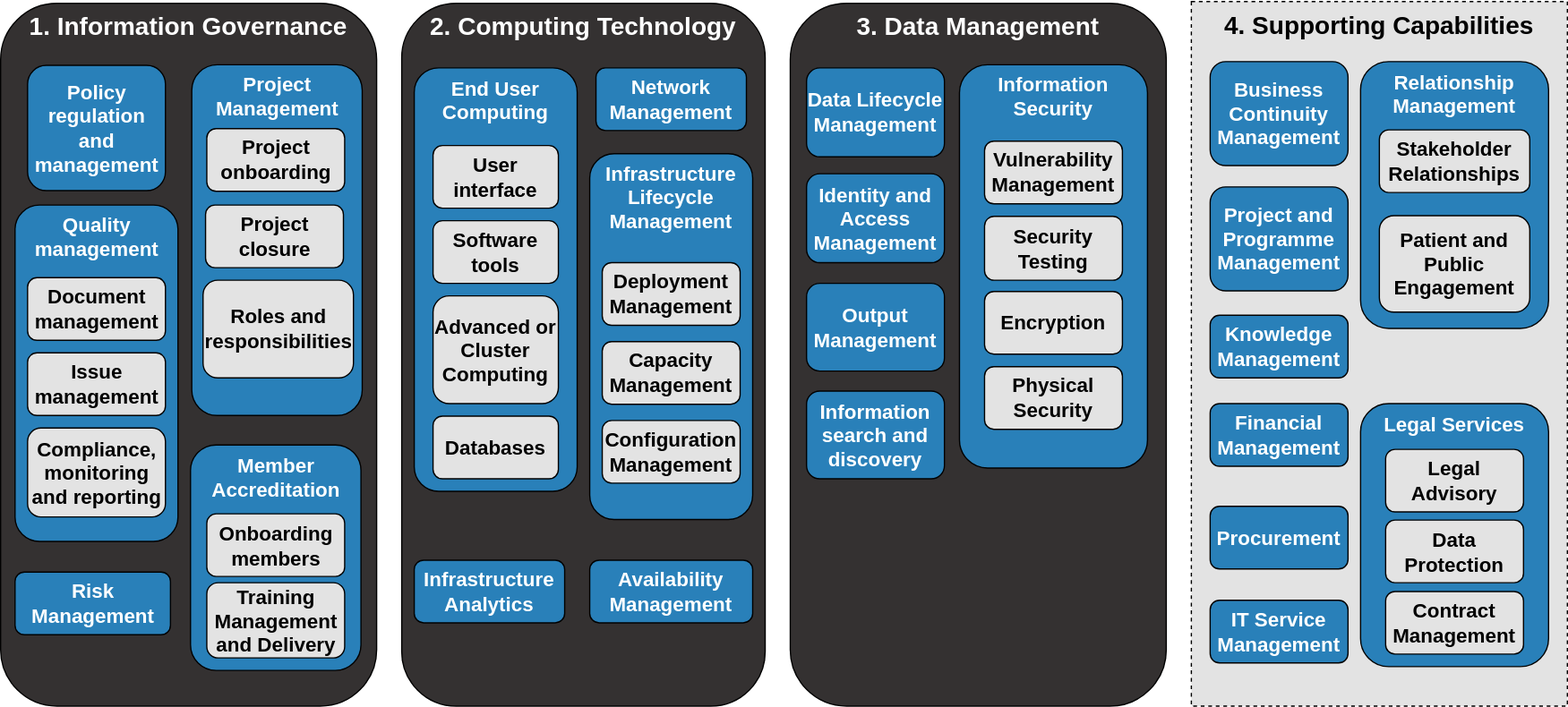
This is docs/images/Capability_Map/full.drawio.svg from sa-tre/satre-specification, a draw.io export, as it was before one commit. Source tidied: cells renumbered, new cells last; positions are measured from the earlier drawing's top-left corner, leaving out a move shared by most shapes. Its diagram source:
```xml
<mxGraphModel>
  <root>
    <mxCell id="0" />
    <mxCell id="1" parent="0" />
    <mxCell id="2" value="&lt;font color=&quot;#ffffff&quot; style=&quot;font-size: 20px;&quot;&gt;2. Computing Technology&lt;/font&gt;" style="rounded=1;whiteSpace=wrap;html=1;fillColor=#343131;strokeColor=#000000;verticalAlign=top;fontSize=20;fontStyle=1;" parent="1" vertex="1">
      <mxGeometry x="320" y="1" width="290" height="561" as="geometry" />
    </mxCell>
    <mxCell id="3" value="&lt;font color=&quot;#ffffff&quot; style=&quot;font-size: 20px;&quot;&gt;1. Information Governance&lt;/font&gt;" style="rounded=1;whiteSpace=wrap;html=1;fillColor=#343131;strokeColor=#000000;verticalAlign=top;fontSize=20;fontStyle=1;" parent="1" vertex="1">
      <mxGeometry y="1" width="300" height="561" as="geometry" />
    </mxCell>
    <mxCell id="4" value="&lt;font color=&quot;#ffffff&quot; style=&quot;font-size: 20px;&quot;&gt;3. Data Management&lt;/font&gt;" style="rounded=1;whiteSpace=wrap;html=1;fillColor=#343131;strokeColor=#000000;verticalAlign=top;fontSize=20;fontStyle=1;gradientColor=none;" parent="1" vertex="1">
      <mxGeometry x="630" y="1" width="300" height="561" as="geometry" />
    </mxCell>
    <mxCell id="5" value="&lt;font style=&quot;font-size: 16px;&quot;&gt;Member Accreditation&lt;/font&gt;" style="rounded=1;whiteSpace=wrap;html=1;fillColor=#2980B9;strokeColor=#000000;verticalAlign=top;fontSize=16;fontStyle=1;fontColor=#FFFFFF;" parent="1" vertex="1">
      <mxGeometry x="151.5" y="353.5" width="136" height="180" as="geometry" />
    </mxCell>
    <mxCell id="6" value="&lt;font style=&quot;font-size: 16px;&quot;&gt;Risk Management&lt;/font&gt;" style="rounded=1;whiteSpace=wrap;html=1;fillColor=#2980B9;strokeColor=#000000;fontSize=16;fontStyle=1;fontColor=#FFFFFF;" parent="1" vertex="1">
      <mxGeometry x="11.5" y="455" width="124" height="50" as="geometry" />
    </mxCell>
    <mxCell id="7" value="&lt;font style=&quot;font-size: 16px;&quot;&gt;Training Management and Delivery&lt;/font&gt;" style="rounded=1;whiteSpace=wrap;html=1;fillColor=#E3E3E3;strokeColor=#000000;fontSize=16;fontStyle=1;fontColor=#000000;labelBorderColor=none;" parent="1" vertex="1">
      <mxGeometry x="164.5" y="463.5" width="110" height="60" as="geometry" />
    </mxCell>
    <mxCell id="8" value="&lt;font style=&quot;font-size: 16px;&quot;&gt;Infrastructure Lifecycle Management&amp;nbsp;&lt;/font&gt;" style="rounded=1;whiteSpace=wrap;html=1;fillColor=#2980B9;strokeColor=#000000;verticalAlign=top;fontSize=16;fontStyle=1;fontColor=#FFFFFF;" parent="1" vertex="1">
      <mxGeometry x="470" y="121" width="130" height="292" as="geometry" />
    </mxCell>
    <mxCell id="9" value="&lt;font style=&quot;font-size: 16px;&quot;&gt;Network Management&lt;/font&gt;" style="rounded=1;whiteSpace=wrap;html=1;fillColor=#2980B9;strokeColor=#000000;fontSize=16;fontStyle=1;fontColor=#FFFFFF;" parent="1" vertex="1">
      <mxGeometry x="475" y="52.5" width="120" height="50" as="geometry" />
    </mxCell>
    <mxCell id="10" value="&lt;font style=&quot;font-size: 16px;&quot;&gt;End User Computing&lt;/font&gt;" style="rounded=1;whiteSpace=wrap;html=1;fillColor=#2980B9;strokeColor=#000000;fontSize=16;fontStyle=1;verticalAlign=top;fontColor=#FFFFFF;" parent="1" vertex="1">
      <mxGeometry x="330" y="52.5" width="130" height="338" as="geometry" />
    </mxCell>
    <mxCell id="11" value="&lt;font style=&quot;font-size: 16px;&quot;&gt;Advanced or Cluster Computing&lt;/font&gt;" style="rounded=1;whiteSpace=wrap;html=1;fillColor=#E3E3E3;strokeColor=#000000;fontSize=16;fontStyle=1;fontColor=#000000;labelBorderColor=none;" parent="1" vertex="1">
      <mxGeometry x="345" y="234.5" width="100" height="86" as="geometry" />
    </mxCell>
    <mxCell id="12" value="&lt;font style=&quot;font-size: 16px;&quot;&gt;Capacity Management&lt;/font&gt;" style="rounded=1;whiteSpace=wrap;html=1;fillColor=#E3E3E3;strokeColor=#000000;fontSize=16;fontStyle=1;fontColor=#000000;labelBorderColor=none;" parent="1" vertex="1">
      <mxGeometry x="480" y="271" width="110" height="50" as="geometry" />
    </mxCell>
    <mxCell id="13" value="&lt;font style=&quot;font-size: 16px;&quot;&gt;Deployment Management&lt;/font&gt;" style="rounded=1;whiteSpace=wrap;html=1;fillColor=#E3E3E3;strokeColor=#000000;fontSize=16;fontStyle=1;fontColor=#000000;labelBorderColor=none;" parent="1" vertex="1">
      <mxGeometry x="480" y="208" width="110" height="50" as="geometry" />
    </mxCell>
    <mxCell id="14" value="&lt;font style=&quot;font-size: 16px;&quot;&gt;Configuration Management&lt;/font&gt;" style="rounded=1;whiteSpace=wrap;html=1;fillColor=#E3E3E3;strokeColor=#000000;fontSize=16;fontStyle=1;fontColor=#000000;labelBorderColor=none;" parent="1" vertex="1">
      <mxGeometry x="480" y="334" width="110" height="50" as="geometry" />
    </mxCell>
    <mxCell id="15" value="&lt;font style=&quot;font-size: 16px;&quot;&gt;Output Management&lt;/font&gt;" style="rounded=1;whiteSpace=wrap;html=1;fillColor=#2980B9;strokeColor=#000000;fontSize=16;fontStyle=1;fontColor=#FFFFFF;" parent="1" vertex="1">
      <mxGeometry x="643" y="224.5" width="110" height="70" as="geometry" />
    </mxCell>
    <mxCell id="16" value="&lt;font style=&quot;font-size: 16px;&quot;&gt;Identity and Access Management&lt;/font&gt;" style="rounded=1;whiteSpace=wrap;html=1;fillColor=#2980B9;strokeColor=#000000;fontSize=16;fontStyle=1;fontColor=#FFFFFF;" parent="1" vertex="1">
      <mxGeometry x="643" y="137" width="110" height="71" as="geometry" />
    </mxCell>
    <mxCell id="17" value="&lt;font style=&quot;font-size: 16px;&quot;&gt;Data Lifecycle Management&lt;/font&gt;" style="rounded=1;whiteSpace=wrap;html=1;fillColor=#2980B9;strokeColor=#000000;fontSize=16;fontStyle=1;fontColor=#FFFFFF;" parent="1" vertex="1">
      <mxGeometry x="643" y="52.5" width="110" height="71" as="geometry" />
    </mxCell>
    <mxCell id="18" value="&lt;font style=&quot;font-size: 16px;&quot;&gt;Information Security&lt;/font&gt;" style="rounded=1;whiteSpace=wrap;html=1;fillColor=#2980B9;strokeColor=#000000;verticalAlign=top;fontSize=16;fontStyle=1;fontColor=#FFFFFF;" parent="1" vertex="1">
      <mxGeometry x="765" y="50" width="150" height="322" as="geometry" />
    </mxCell>
    <mxCell id="19" value="&lt;font style=&quot;font-size: 16px;&quot;&gt;Vulnerability Management&lt;/font&gt;" style="rounded=1;whiteSpace=wrap;html=1;fillColor=#E3E3E3;strokeColor=#000000;fontSize=16;fontStyle=1;fontColor=#000000;labelBorderColor=none;" parent="1" vertex="1">
      <mxGeometry x="785" y="111" width="110" height="50" as="geometry" />
    </mxCell>
    <mxCell id="20" value="&lt;font style=&quot;font-size: 16px;&quot;&gt;Security Testing&lt;/font&gt;" style="rounded=1;whiteSpace=wrap;html=1;fillColor=#E3E3E3;strokeColor=#000000;fontSize=16;fontStyle=1;fontColor=#000000;labelBorderColor=none;" parent="1" vertex="1">
      <mxGeometry x="785" y="171" width="110" height="51" as="geometry" />
    </mxCell>
    <mxCell id="21" value="&lt;font style=&quot;font-size: 16px;&quot;&gt;Encryption&lt;/font&gt;" style="rounded=1;whiteSpace=wrap;html=1;fillColor=#E3E3E3;strokeColor=#000000;fontSize=16;fontStyle=1;fontColor=#000000;labelBorderColor=none;" parent="1" vertex="1">
      <mxGeometry x="785" y="231" width="110" height="50" as="geometry" />
    </mxCell>
    <mxCell id="22" value="&lt;font style=&quot;font-size: 16px;&quot;&gt;Physical Security&lt;/font&gt;" style="rounded=1;whiteSpace=wrap;html=1;fillColor=#E3E3E3;strokeColor=#000000;fontSize=16;fontStyle=1;fontColor=#000000;labelBorderColor=none;" parent="1" vertex="1">
      <mxGeometry x="785" y="291" width="110" height="50" as="geometry" />
    </mxCell>
    <mxCell id="23" value="&lt;font style=&quot;font-size: 16px;&quot;&gt;Policy regulation and management&lt;/font&gt;" style="rounded=1;whiteSpace=wrap;html=1;fillColor=#2980B9;strokeColor=#000000;fontSize=16;fontStyle=1;fontColor=#FFFFFF;" parent="1" vertex="1">
      <mxGeometry x="21.5" y="50.5" width="110" height="100" as="geometry" />
    </mxCell>
    <mxCell id="24" value="&lt;font style=&quot;font-size: 16px;&quot;&gt;Quality management&lt;/font&gt;" style="rounded=1;whiteSpace=wrap;html=1;fillColor=#2980B9;strokeColor=#000000;verticalAlign=top;fontSize=16;fontStyle=1;fontColor=#FFFFFF;" parent="1" vertex="1">
      <mxGeometry x="11.5" y="162" width="130" height="268.5" as="geometry" />
    </mxCell>
    <mxCell id="25" value="&lt;font style=&quot;font-size: 16px;&quot;&gt;Document management&lt;/font&gt;" style="rounded=1;whiteSpace=wrap;html=1;fillColor=#E3E3E3;strokeColor=#000000;fontSize=16;fontStyle=1;fontColor=#000000;labelBorderColor=none;" parent="1" vertex="1">
      <mxGeometry x="21.5" y="220" width="110" height="50" as="geometry" />
    </mxCell>
    <mxCell id="26" value="&lt;font style=&quot;font-size: 16px;&quot;&gt;Issue management&lt;/font&gt;" style="rounded=1;whiteSpace=wrap;html=1;fillColor=#E3E3E3;strokeColor=#000000;fontSize=16;fontStyle=1;fontColor=#000000;labelBorderColor=none;" parent="1" vertex="1">
      <mxGeometry x="21.5" y="280" width="110" height="50" as="geometry" />
    </mxCell>
    <mxCell id="27" value="&lt;font style=&quot;font-size: 16px;&quot;&gt;Compliance, monitoring and reporting&lt;/font&gt;" style="rounded=1;whiteSpace=wrap;html=1;fillColor=#E3E3E3;strokeColor=#000000;fontSize=16;fontStyle=1;fontColor=#000000;labelBorderColor=none;" parent="1" vertex="1">
      <mxGeometry x="21.5" y="340" width="110" height="71" as="geometry" />
    </mxCell>
    <mxCell id="28" value="&lt;font style=&quot;font-size: 16px;&quot;&gt;Project Management&lt;/font&gt;" style="rounded=1;whiteSpace=wrap;html=1;fillColor=#2980B9;strokeColor=#000000;verticalAlign=top;fontSize=16;fontStyle=1;fontColor=#FFFFFF;" parent="1" vertex="1">
      <mxGeometry x="152.5" y="50" width="136" height="280" as="geometry" />
    </mxCell>
    <mxCell id="29" value="&lt;font style=&quot;font-size: 16px;&quot;&gt;Project onboarding&lt;/font&gt;" style="rounded=1;whiteSpace=wrap;html=1;fillColor=#E3E3E3;strokeColor=#000000;fontSize=16;fontStyle=1;fontColor=#000000;labelBorderColor=none;" parent="1" vertex="1">
      <mxGeometry x="164.5" y="101" width="110" height="50" as="geometry" />
    </mxCell>
    <mxCell id="30" value="&lt;font style=&quot;font-size: 16px;&quot;&gt;Project closure&lt;/font&gt;" style="rounded=1;whiteSpace=wrap;html=1;fillColor=#E3E3E3;strokeColor=#000000;fontSize=16;fontStyle=1;fontColor=#000000;labelBorderColor=none;" parent="1" vertex="1">
      <mxGeometry x="163.5" y="162" width="110" height="50" as="geometry" />
    </mxCell>
    <mxCell id="31" value="&lt;font style=&quot;font-size: 16px;&quot;&gt;Roles and responsibilities&lt;/font&gt;" style="rounded=1;whiteSpace=wrap;html=1;fillColor=#E3E3E3;strokeColor=#000000;fontSize=16;fontStyle=1;fontColor=#000000;labelBorderColor=none;" parent="1" vertex="1">
      <mxGeometry x="161.5" y="222" width="120" height="78" as="geometry" />
    </mxCell>
    <mxCell id="32" value="&lt;font style=&quot;font-size: 16px;&quot;&gt;Onboarding members&lt;/font&gt;" style="rounded=1;whiteSpace=wrap;html=1;fillColor=#E3E3E3;strokeColor=#000000;fontSize=16;fontStyle=1;fontColor=#000000;labelBorderColor=none;" parent="1" vertex="1">
      <mxGeometry x="164.5" y="408.5" width="110" height="50" as="geometry" />
    </mxCell>
    <mxCell id="33" value="&lt;font style=&quot;font-size: 16px;&quot;&gt;User interface&lt;/font&gt;" style="rounded=1;whiteSpace=wrap;html=1;fillColor=#E3E3E3;strokeColor=#000000;fontSize=16;fontStyle=1;fontColor=#000000;labelBorderColor=none;" parent="1" vertex="1">
      <mxGeometry x="345" y="114.5" width="100" height="50" as="geometry" />
    </mxCell>
    <mxCell id="34" value="&lt;font style=&quot;font-size: 16px;&quot;&gt;Software tools&lt;/font&gt;" style="rounded=1;whiteSpace=wrap;html=1;fillColor=#E3E3E3;strokeColor=#000000;fontSize=16;fontStyle=1;fontColor=#000000;labelBorderColor=none;" parent="1" vertex="1">
      <mxGeometry x="345" y="174.5" width="100" height="50" as="geometry" />
    </mxCell>
    <mxCell id="35" value="&lt;font style=&quot;font-size: 16px;&quot;&gt;Databases&lt;/font&gt;" style="rounded=1;whiteSpace=wrap;html=1;fillColor=#E3E3E3;strokeColor=#000000;fontSize=16;fontStyle=1;fontColor=#000000;labelBorderColor=none;" parent="1" vertex="1">
      <mxGeometry x="345" y="330.5" width="100" height="50" as="geometry" />
    </mxCell>
    <mxCell id="36" value="&lt;font style=&quot;font-size: 16px;&quot;&gt;Infrastructure Analytics&lt;/font&gt;" style="rounded=1;whiteSpace=wrap;html=1;fillColor=#2980B9;strokeColor=#000000;fontSize=16;fontStyle=1;fontColor=#FFFFFF;" parent="1" vertex="1">
      <mxGeometry x="330" y="445.5" width="120" height="50" as="geometry" />
    </mxCell>
    <mxCell id="37" value="&lt;font style=&quot;font-size: 16px;&quot;&gt;Availability Management&lt;/font&gt;" style="rounded=1;whiteSpace=wrap;html=1;fillColor=#2980B9;strokeColor=#000000;fontSize=16;fontStyle=1;fontColor=#FFFFFF;" parent="1" vertex="1">
      <mxGeometry x="470" y="445.5" width="130" height="50" as="geometry" />
    </mxCell>
    <mxCell id="38" value="&lt;font style=&quot;font-size: 16px;&quot;&gt;Information search and discovery&lt;/font&gt;" style="rounded=1;whiteSpace=wrap;html=1;fillColor=#2980B9;strokeColor=#000000;fontSize=16;fontStyle=1;fontColor=#FFFFFF;" parent="1" vertex="1">
      <mxGeometry x="643" y="310.5" width="110" height="70" as="geometry" />
    </mxCell>
    <mxCell id="39" value="&lt;font style=&quot;font-size: 20px;&quot;&gt;4. Supporting Capabilities&lt;/font&gt;" style="rounded=0;whiteSpace=wrap;html=1;verticalAlign=top;dashed=1;fontSize=20;fontStyle=1;fillColor=#E3E3E3;strokeColor=#000000;" parent="1" vertex="1">
      <mxGeometry x="950" y="-0.5" width="300" height="562.5" as="geometry" />
    </mxCell>
    <mxCell id="40" value="&lt;font style=&quot;font-size: 16px;&quot;&gt;Project and Programme Management&lt;/font&gt;" style="rounded=1;whiteSpace=wrap;html=1;fillColor=#2980B9;strokeColor=#000000;fontSize=16;fontStyle=1;fontColor=#FFFFFF;" parent="1" vertex="1">
      <mxGeometry x="965" y="147.5" width="110" height="83" as="geometry" />
    </mxCell>
    <mxCell id="41" value="&lt;font style=&quot;font-size: 16px;&quot;&gt;Business Continuity Management&lt;/font&gt;" style="rounded=1;whiteSpace=wrap;html=1;fillColor=#2980B9;strokeColor=#000000;fontSize=16;fontStyle=1;fontColor=#FFFFFF;" parent="1" vertex="1">
      <mxGeometry x="965" y="47.5" width="110" height="83" as="geometry" />
    </mxCell>
    <mxCell id="42" value="Financial Management" style="rounded=1;whiteSpace=wrap;html=1;fillColor=#2980B9;strokeColor=#000000;fontSize=16;fontStyle=1;fontColor=#FFFFFF;" parent="1" vertex="1">
      <mxGeometry x="965" y="320.5" width="110" height="50" as="geometry" />
    </mxCell>
    <mxCell id="43" value="&lt;font style=&quot;font-size: 16px;&quot;&gt;Relationship Management&lt;/font&gt;" style="rounded=1;whiteSpace=wrap;html=1;fillColor=#2980B9;strokeColor=#000000;verticalAlign=top;fontSize=16;fontStyle=1;fontColor=#FFFFFF;" parent="1" vertex="1">
      <mxGeometry x="1085" y="47.5" width="150" height="213" as="geometry" />
    </mxCell>
    <mxCell id="44" value="&lt;font style=&quot;font-size: 16px;&quot;&gt;Stakeholder Relationships&lt;/font&gt;" style="rounded=1;whiteSpace=wrap;html=1;fillColor=#E3E3E3;strokeColor=#000000;fontSize=16;fontStyle=1;fontColor=#000000;labelBorderColor=none;" parent="1" vertex="1">
      <mxGeometry x="1100" y="102" width="120" height="50" as="geometry" />
    </mxCell>
    <mxCell id="45" value="&lt;font style=&quot;font-size: 16px;&quot;&gt;Patient and Public Engagement&lt;/font&gt;" style="rounded=1;whiteSpace=wrap;html=1;fillColor=#E3E3E3;strokeColor=#000000;fontSize=16;fontStyle=1;fontColor=#000000;labelBorderColor=none;" parent="1" vertex="1">
      <mxGeometry x="1100" y="170.5" width="120" height="77" as="geometry" />
    </mxCell>
    <mxCell id="46" value="&lt;font style=&quot;font-size: 16px;&quot;&gt;Legal Services&lt;/font&gt;" style="rounded=1;whiteSpace=wrap;html=1;fillColor=#2980B9;strokeColor=#000000;verticalAlign=top;fontSize=16;fontStyle=1;fontColor=#FFFFFF;" parent="1" vertex="1">
      <mxGeometry x="1085" y="320.5" width="150" height="210" as="geometry" />
    </mxCell>
    <mxCell id="47" value="&lt;font style=&quot;font-size: 16px;&quot;&gt;Data Protection&lt;/font&gt;" style="rounded=1;whiteSpace=wrap;html=1;fillColor=#E3E3E3;strokeColor=#000000;fontSize=16;fontStyle=1;fontColor=#000000;labelBorderColor=none;" parent="1" vertex="1">
      <mxGeometry x="1105" y="413.5" width="110" height="50" as="geometry" />
    </mxCell>
    <mxCell id="48" value="&lt;font style=&quot;font-size: 16px;&quot;&gt;Legal Advisory&lt;/font&gt;" style="rounded=1;whiteSpace=wrap;html=1;fillColor=#E3E3E3;strokeColor=#000000;fontSize=16;fontStyle=1;fontColor=#000000;labelBorderColor=none;" parent="1" vertex="1">
      <mxGeometry x="1105" y="357" width="110" height="50" as="geometry" />
    </mxCell>
    <mxCell id="49" value="Contract Management" style="rounded=1;whiteSpace=wrap;html=1;fillColor=#E3E3E3;strokeColor=#000000;fontSize=16;fontStyle=1;fontColor=#000000;labelBorderColor=none;" parent="1" vertex="1">
      <mxGeometry x="1105" y="470.5" width="110" height="50" as="geometry" />
    </mxCell>
    <mxCell id="50" value="Procurement" style="rounded=1;whiteSpace=wrap;html=1;fillColor=#2980B9;strokeColor=#000000;fontSize=16;fontStyle=1;fontColor=#FFFFFF;" parent="1" vertex="1">
      <mxGeometry x="965" y="402.5" width="110" height="50" as="geometry" />
    </mxCell>
    <mxCell id="51" value="IT Service Management" style="rounded=1;whiteSpace=wrap;html=1;fillColor=#2980B9;strokeColor=#000000;fontSize=16;fontStyle=1;fontColor=#FFFFFF;" parent="1" vertex="1">
      <mxGeometry x="965" y="477.5" width="110" height="50" as="geometry" />
    </mxCell>
    <mxCell id="52" value="Knowledge Management" style="rounded=1;whiteSpace=wrap;html=1;fillColor=#2980B9;strokeColor=#000000;fontSize=16;fontStyle=1;fontColor=#FFFFFF;" parent="1" vertex="1">
      <mxGeometry x="965" y="250" width="110" height="50" as="geometry" />
    </mxCell>
  </root>
</mxGraphModel>
```
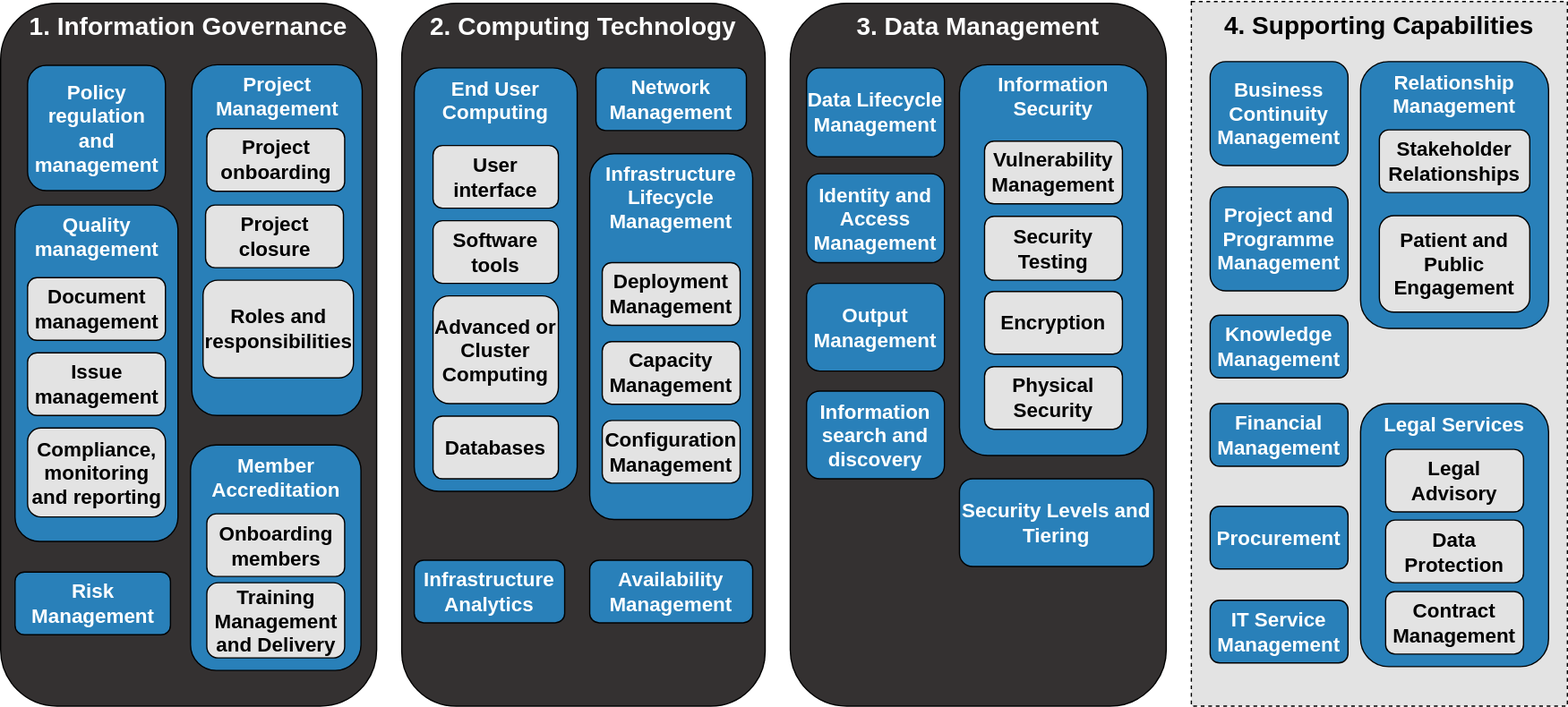
The same file after the commit.

Commit message:
add to DM pillar at top level

The edit, as a diff of the source:
```diff
@@ -51,7 +51,7 @@
       <mxGeometry x="643" y="52.5" width="110" height="71" as="geometry" />
     </mxCell>
     <mxCell id="18" value="&lt;font style=&quot;font-size: 16px;&quot;&gt;Information Security&lt;/font&gt;" style="rounded=1;whiteSpace=wrap;html=1;fillColor=#2980B9;strokeColor=#000000;verticalAlign=top;fontSize=16;fontStyle=1;fontColor=#FFFFFF;" parent="1" vertex="1">
-      <mxGeometry x="765" y="50" width="150" height="322" as="geometry" />
+      <mxGeometry x="765" y="50" width="150" height="312" as="geometry" />
     </mxCell>
     <mxCell id="19" value="&lt;font style=&quot;font-size: 16px;&quot;&gt;Vulnerability Management&lt;/font&gt;" style="rounded=1;whiteSpace=wrap;html=1;fillColor=#E3E3E3;strokeColor=#000000;fontSize=16;fontStyle=1;fontColor=#000000;labelBorderColor=none;" parent="1" vertex="1">
       <mxGeometry x="785" y="111" width="110" height="50" as="geometry" />
@@ -155,5 +155,8 @@
     <mxCell id="52" value="Knowledge Management" style="rounded=1;whiteSpace=wrap;html=1;fillColor=#2980B9;strokeColor=#000000;fontSize=16;fontStyle=1;fontColor=#FFFFFF;" parent="1" vertex="1">
       <mxGeometry x="965" y="250" width="110" height="50" as="geometry" />
     </mxCell>
+    <mxCell id="53" value="&lt;font style=&quot;font-size: 16px;&quot;&gt;Security Levels and Tiering&lt;/font&gt;" style="rounded=1;whiteSpace=wrap;html=1;fillColor=#2980B9;strokeColor=#000000;fontSize=16;fontStyle=1;fontColor=#FFFFFF;" parent="1" vertex="1">
+      <mxGeometry x="765" y="380.5" width="155" height="70" as="geometry" />
+    </mxCell>
   </root>
 </mxGraphModel>
```
